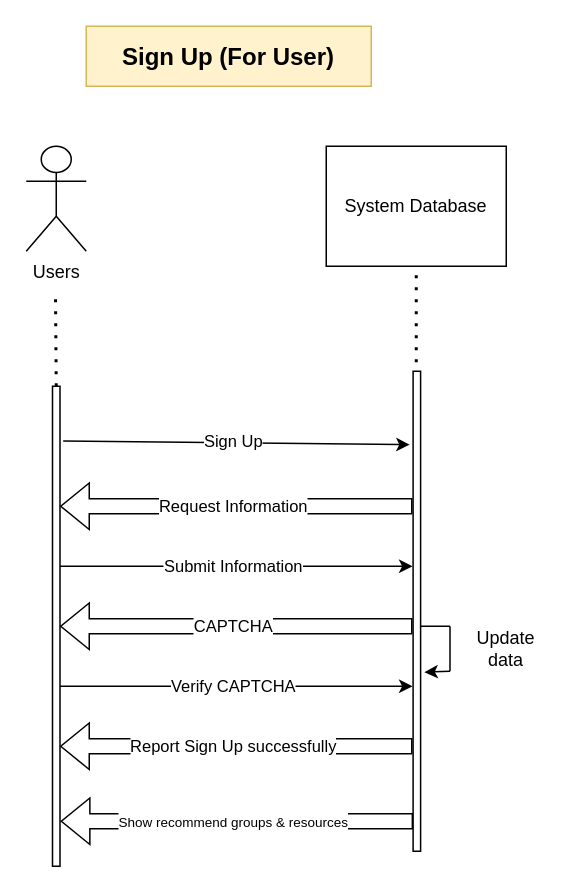
Above: page "Sign Up (For Users)" (2 of 17) of StudtMate.drawio in ParkinnAuto/StudyMate (draw.io), before the change. Source tidied: cells renumbered, new cells numbered last; positions are measured from the earlier drawing's top-left corner, leaving out a move shared by most shapes. Both pictures are drawn from the tidied source at 150%, with x=0, y=0 at pixel (26, 26).
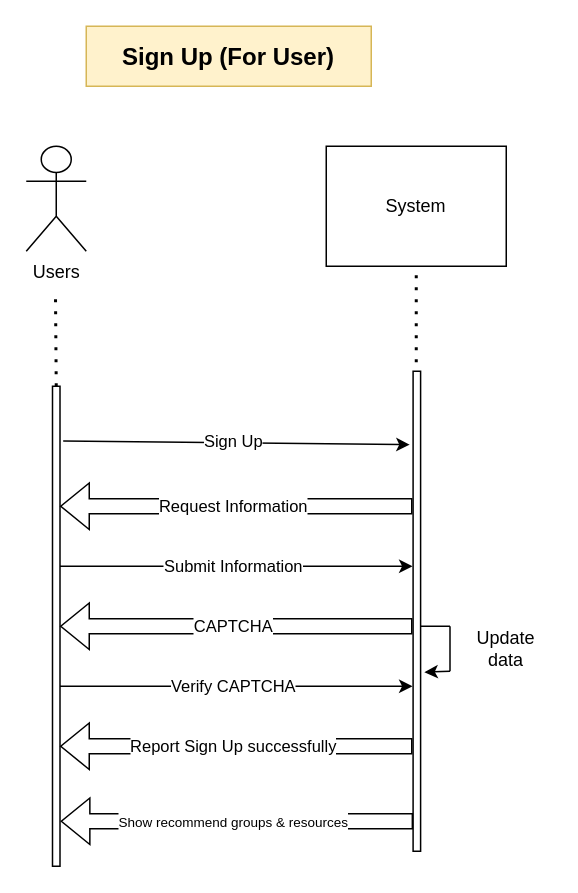
Above is the later version.

What changed in the source:
```diff
@@
-    <mxCell id="3" value="System Database" style="rounded=0;whiteSpace=wrap;html=1;" parent="1" vertex="1">
+    <mxCell id="3" value="System" style="rounded=0;whiteSpace=wrap;html=1;" parent="1" vertex="1">
       <mxGeometry x="200" y="80" width="120" height="80" as="geometry" />
     </mxCell>
```
